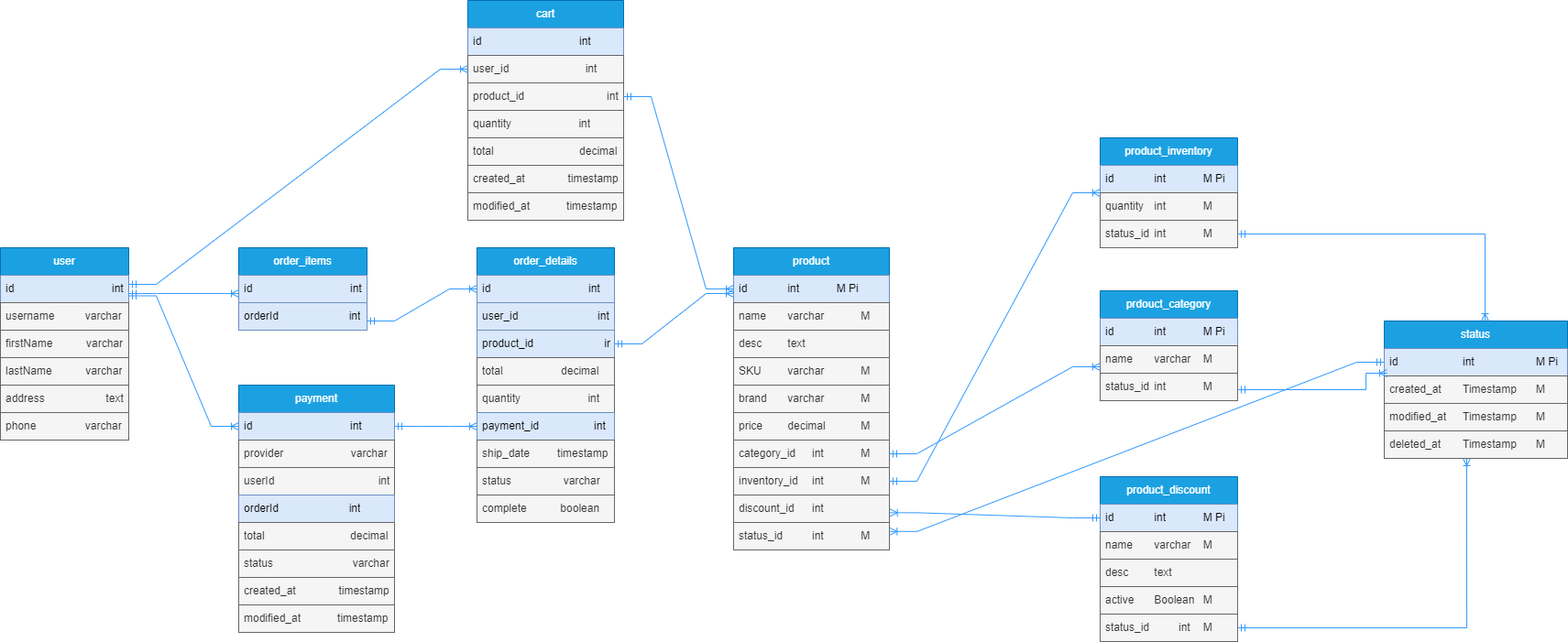
sharifmajumdar/fs14-ecommerce-erd keeps this draw.io diagram as ecommerce.png. Above is the earlier version. Source tidied: cells renumbered, new cells last; positions are measured from the earlier drawing's top-left corner, leaving out a move shared by most shapes.
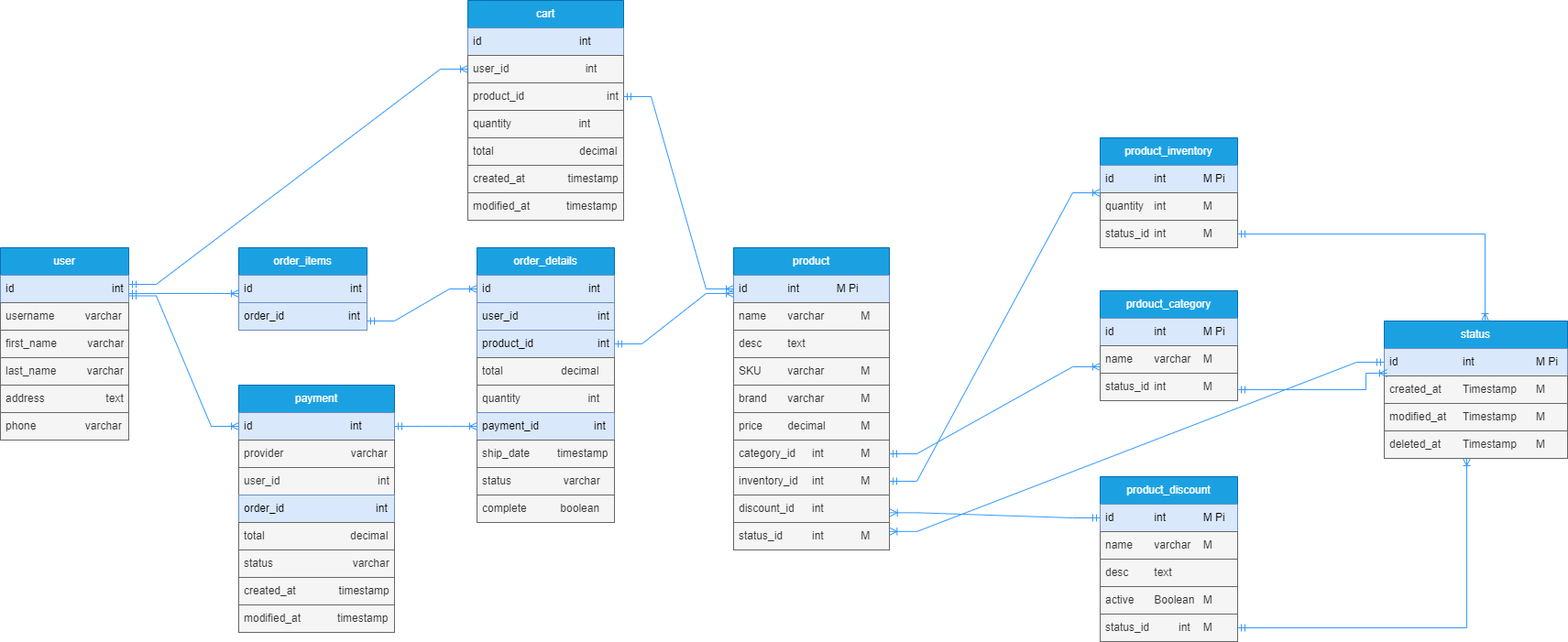
After the change.

Diff of the diagram source:
```diff
@@ -14,7 +14,7 @@
     <mxCell id="4" value="id&amp;nbsp; &amp;nbsp; &amp;nbsp; &amp;nbsp; &amp;nbsp; &amp;nbsp; &amp;nbsp; &amp;nbsp; &amp;nbsp; &amp;nbsp; &amp;nbsp; &amp;nbsp; &amp;nbsp; &amp;nbsp; &amp;nbsp; &amp;nbsp; int" style="text;align=left;verticalAlign=middle;spacingLeft=4;spacingRight=4;overflow=hidden;whiteSpace=wrap;html=1;fillColor=#dae8fc;fontColor=default;strokeColor=#6c8ebf;" parent="3" vertex="1">
       <mxGeometry y="30" width="140" height="30" as="geometry" />
     </mxCell>
-    <mxCell id="5" value="orderId&amp;nbsp; &amp;nbsp; &amp;nbsp; &amp;nbsp; &amp;nbsp; &amp;nbsp; &amp;nbsp; &amp;nbsp; &amp;nbsp; &amp;nbsp; &amp;nbsp; &amp;nbsp;int" style="text;strokeColor=#6c8ebf;fillColor=#dae8fc;align=left;verticalAlign=middle;spacingLeft=4;spacingRight=4;overflow=hidden;whiteSpace=wrap;html=1;" parent="3" vertex="1">
+    <mxCell id="5" value="order_id&amp;nbsp; &amp;nbsp; &amp;nbsp; &amp;nbsp; &amp;nbsp; &amp;nbsp; &amp;nbsp; &amp;nbsp; &amp;nbsp; &amp;nbsp; &amp;nbsp;int" style="text;strokeColor=#6c8ebf;fillColor=#dae8fc;align=left;verticalAlign=middle;spacingLeft=4;spacingRight=4;overflow=hidden;whiteSpace=wrap;html=1;" parent="3" vertex="1">
       <mxGeometry y="60" width="140" height="30" as="geometry" />
     </mxCell>
     <mxCell id="6" value="order_details" style="swimlane;fontStyle=0;horizontal=1;startSize=30;whiteSpace=wrap;html=1;fillColor=#1ba1e2;strokeColor=#006EAF;fontColor=#ffffff;" parent="1" vertex="1">
@@ -26,7 +26,7 @@
     <mxCell id="8" value="user_id&amp;nbsp; &amp;nbsp; &amp;nbsp; &amp;nbsp; &amp;nbsp; &amp;nbsp; &amp;nbsp; &amp;nbsp; &amp;nbsp; &amp;nbsp; &amp;nbsp; &amp;nbsp; &amp;nbsp; int" style="text;strokeColor=#6c8ebf;fillColor=#dae8fc;align=left;verticalAlign=middle;spacingLeft=4;spacingRight=4;overflow=hidden;whiteSpace=wrap;html=1;" parent="6" vertex="1">
       <mxGeometry y="60" width="150" height="30" as="geometry" />
     </mxCell>
-    <mxCell id="9" value="product_id&lt;span style=&quot;white-space: pre;&quot;&gt;&#9;&lt;/span&gt;&lt;span style=&quot;white-space: pre;&quot;&gt;&#9;&lt;/span&gt;&lt;span style=&quot;white-space: pre;&quot;&gt;&#9;&lt;/span&gt;int" style="text;strokeColor=#6c8ebf;fillColor=#dae8fc;align=left;verticalAlign=middle;spacingLeft=4;spacingRight=4;overflow=hidden;points=[[0,0.5],[1,0.5]];portConstraint=eastwest;whiteSpace=wrap;html=1;" parent="6" vertex="1">
+    <mxCell id="9" value="product_id&amp;nbsp; &amp;nbsp; &amp;nbsp; &amp;nbsp; &amp;nbsp; &amp;nbsp; &amp;nbsp; &amp;nbsp; &amp;nbsp; &amp;nbsp; &amp;nbsp;int" style="text;strokeColor=#6c8ebf;fillColor=#dae8fc;align=left;verticalAlign=middle;spacingLeft=4;spacingRight=4;overflow=hidden;points=[[0,0.5],[1,0.5]];portConstraint=eastwest;whiteSpace=wrap;html=1;" parent="6" vertex="1">
       <mxGeometry y="90" width="150" height="30" as="geometry" />
     </mxCell>
     <mxCell id="10" value="total&amp;nbsp; &amp;nbsp; &amp;nbsp; &amp;nbsp; &amp;nbsp; &amp;nbsp; &amp;nbsp; &amp;nbsp; &amp;nbsp; &amp;nbsp;decimal" style="text;strokeColor=#666666;fillColor=#f5f5f5;align=left;verticalAlign=middle;spacingLeft=4;spacingRight=4;overflow=hidden;whiteSpace=wrap;html=1;fontColor=#333333;" parent="6" vertex="1">
@@ -56,10 +56,10 @@
     <mxCell id="18" value="username&amp;nbsp; &amp;nbsp; &amp;nbsp; &amp;nbsp; &amp;nbsp; varchar" style="text;strokeColor=#666666;fillColor=#f5f5f5;align=left;verticalAlign=middle;spacingLeft=4;spacingRight=4;overflow=hidden;whiteSpace=wrap;html=1;fontColor=#333333;" parent="16" vertex="1">
       <mxGeometry y="60" width="140" height="30" as="geometry" />
     </mxCell>
-    <mxCell id="19" value="firstName&amp;nbsp; &amp;nbsp; &amp;nbsp; &amp;nbsp; &amp;nbsp; &amp;nbsp;varchar" style="text;strokeColor=#666666;fillColor=#f5f5f5;align=left;verticalAlign=middle;spacingLeft=4;spacingRight=4;overflow=hidden;whiteSpace=wrap;html=1;fontColor=#333333;" parent="16" vertex="1">
+    <mxCell id="19" value="first_name&amp;nbsp; &amp;nbsp; &amp;nbsp; &amp;nbsp; &amp;nbsp; varchar" style="text;strokeColor=#666666;fillColor=#f5f5f5;align=left;verticalAlign=middle;spacingLeft=4;spacingRight=4;overflow=hidden;whiteSpace=wrap;html=1;fontColor=#333333;" parent="16" vertex="1">
       <mxGeometry y="90" width="140" height="30" as="geometry" />
     </mxCell>
-    <mxCell id="20" value="lastName&amp;nbsp; &amp;nbsp; &amp;nbsp; &amp;nbsp; &amp;nbsp; &amp;nbsp;varchar" style="text;strokeColor=#666666;fillColor=#f5f5f5;align=left;verticalAlign=middle;spacingLeft=4;spacingRight=4;overflow=hidden;whiteSpace=wrap;html=1;fontColor=#333333;" parent="16" vertex="1">
+    <mxCell id="20" value="last_name&amp;nbsp; &amp;nbsp; &amp;nbsp; &amp;nbsp; &amp;nbsp; varchar" style="text;strokeColor=#666666;fillColor=#f5f5f5;align=left;verticalAlign=middle;spacingLeft=4;spacingRight=4;overflow=hidden;whiteSpace=wrap;html=1;fontColor=#333333;" parent="16" vertex="1">
       <mxGeometry y="120" width="140" height="30" as="geometry" />
     </mxCell>
     <mxCell id="21" value="address&amp;nbsp; &amp;nbsp; &amp;nbsp; &amp;nbsp; &amp;nbsp; &amp;nbsp; &amp;nbsp; &amp;nbsp; &amp;nbsp; &amp;nbsp; text" style="text;strokeColor=#666666;fillColor=#f5f5f5;align=left;verticalAlign=middle;spacingLeft=4;spacingRight=4;overflow=hidden;whiteSpace=wrap;html=1;fontColor=#333333;" parent="16" vertex="1">
@@ -210,10 +210,10 @@
     <mxCell id="64" value="provider&amp;nbsp; &amp;nbsp; &amp;nbsp; &amp;nbsp; &amp;nbsp; &amp;nbsp; &amp;nbsp; &amp;nbsp; &amp;nbsp; &amp;nbsp; &amp;nbsp; varchar" style="text;strokeColor=#666666;fillColor=#f5f5f5;align=left;verticalAlign=middle;spacingLeft=4;spacingRight=4;overflow=hidden;whiteSpace=wrap;html=1;fontColor=#333333;" parent="62" vertex="1">
       <mxGeometry y="60" width="170" height="30" as="geometry" />
     </mxCell>
-    <mxCell id="65" value="userId&amp;nbsp; &amp;nbsp; &amp;nbsp; &amp;nbsp; &amp;nbsp; &amp;nbsp; &amp;nbsp; &amp;nbsp; &amp;nbsp; &amp;nbsp; &amp;nbsp; &amp;nbsp; &amp;nbsp; &amp;nbsp; &amp;nbsp; &amp;nbsp; &amp;nbsp; int" style="text;strokeColor=#666666;fillColor=#f5f5f5;align=left;verticalAlign=middle;spacingLeft=4;spacingRight=4;overflow=hidden;whiteSpace=wrap;html=1;fontColor=#333333;" parent="62" vertex="1">
+    <mxCell id="65" value="user_id&amp;nbsp; &amp;nbsp; &amp;nbsp; &amp;nbsp; &amp;nbsp; &amp;nbsp; &amp;nbsp; &amp;nbsp; &amp;nbsp; &amp;nbsp; &amp;nbsp; &amp;nbsp; &amp;nbsp; &amp;nbsp; &amp;nbsp; &amp;nbsp; int" style="text;strokeColor=#666666;fillColor=#f5f5f5;align=left;verticalAlign=middle;spacingLeft=4;spacingRight=4;overflow=hidden;whiteSpace=wrap;html=1;fontColor=#333333;" parent="62" vertex="1">
       <mxGeometry y="90" width="170" height="30" as="geometry" />
     </mxCell>
-    <mxCell id="66" value="orderId&amp;nbsp; &amp;nbsp; &amp;nbsp; &amp;nbsp; &amp;nbsp; &amp;nbsp; &amp;nbsp; &amp;nbsp; &amp;nbsp; &amp;nbsp; &amp;nbsp; &amp;nbsp;int" style="text;strokeColor=#6c8ebf;fillColor=#dae8fc;align=left;verticalAlign=middle;spacingLeft=4;spacingRight=4;overflow=hidden;whiteSpace=wrap;html=1;" parent="62" vertex="1">
+    <mxCell id="66" value="order_id&amp;nbsp; &amp;nbsp; &amp;nbsp; &amp;nbsp; &amp;nbsp; &amp;nbsp; &amp;nbsp; &amp;nbsp; &amp;nbsp; &amp;nbsp; &amp;nbsp; &amp;nbsp; &amp;nbsp; &amp;nbsp; &amp;nbsp; int" style="text;strokeColor=#6c8ebf;fillColor=#dae8fc;align=left;verticalAlign=middle;spacingLeft=4;spacingRight=4;overflow=hidden;whiteSpace=wrap;html=1;" parent="62" vertex="1">
       <mxGeometry y="120" width="170" height="30" as="geometry" />
     </mxCell>
     <mxCell id="67" value="total&amp;nbsp; &amp;nbsp; &amp;nbsp; &amp;nbsp; &amp;nbsp; &amp;nbsp; &amp;nbsp; &amp;nbsp; &amp;nbsp; &amp;nbsp; &amp;nbsp; &amp;nbsp; &amp;nbsp; &amp;nbsp; decimal" style="text;strokeColor=#666666;fillColor=#f5f5f5;align=left;verticalAlign=middle;spacingLeft=4;spacingRight=4;overflow=hidden;whiteSpace=wrap;html=1;fontColor=#333333;" parent="62" vertex="1">
```
